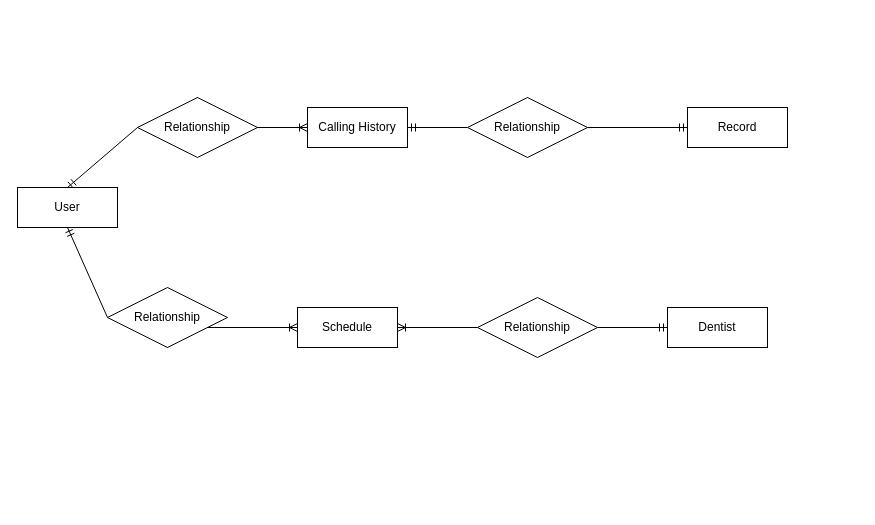
This is info/relationship.drawio from longnt258/cskh-kham-rang, a draw.io file, before an edit. Source tidied: cells renumbered, new cells numbered last; positions are measured from the earlier drawing's top-left corner, leaving out a move shared by most shapes. Both pictures are drawn from the tidied source at 100%, with x=0, y=0 at pixel (17, 97).
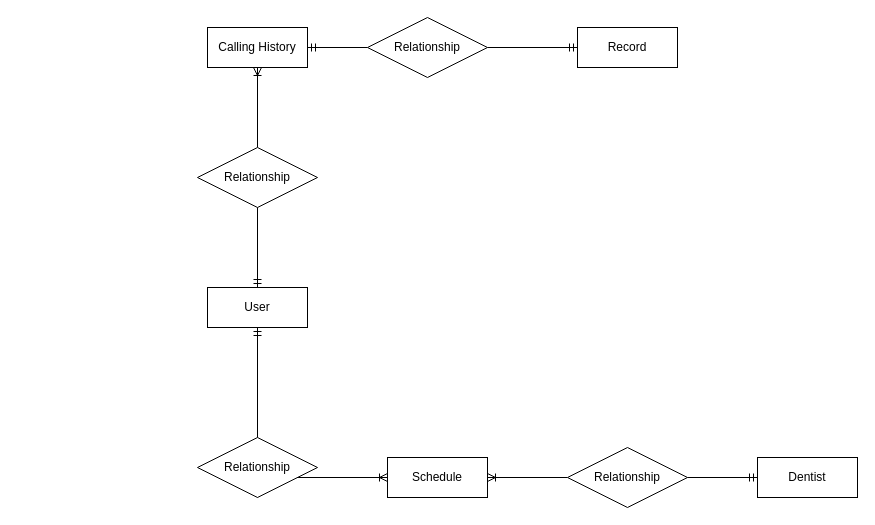
The same page after the edit.

What changed in the source:
```diff
@@
     <mxCell id="2" value="User" style="whiteSpace=wrap;html=1;align=center;" parent="1" vertex="1">
-      <mxGeometry y="90" width="100" height="40" as="geometry" />
+      <mxGeometry x="190" y="190" width="100" height="40" as="geometry" />
     </mxCell>
     <mxCell id="3" value="Calling History" style="whiteSpace=wrap;html=1;align=center;" parent="1" vertex="1">
-      <mxGeometry x="290" y="10" width="100" height="40" as="geometry" />
+      <mxGeometry x="190" y="-70" width="100" height="40" as="geometry" />
     </mxCell>
     <mxCell id="4" value="Record" style="whiteSpace=wrap;html=1;align=center;" parent="1" vertex="1">
-      <mxGeometry x="670" y="10" width="100" height="40" as="geometry" />
+      <mxGeometry x="560" y="-70" width="100" height="40" as="geometry" />
     </mxCell>
     <mxCell id="5" value="Schedule" style="whiteSpace=wrap;html=1;align=center;" parent="1" vertex="1">
-      <mxGeometry x="280" y="210" width="100" height="40" as="geometry" />
+      <mxGeometry x="370" y="360" width="100" height="40" as="geometry" />
     </mxCell>
-    <mxCell id="6" style="fontSize=12;html=1;endArrow=ERoneToMany;startArrow=none;rounded=0;entryX=0;entryY=0.5;entryDx=0;entryDy=0;exitX=0.5;exitY=0;exitDx=0;exitDy=0;" parent="1" edge="1" source="11" target="3">
-      <mxGeometry relative="1" as="geometry">
-        <Array as="points">
-          <mxPoint x="140" y="30" />
-        </Array>
-      </mxGeometry>
+    <mxCell id="6" style="fontSize=12;html=1;endArrow=ERoneToMany;startArrow=none;rounded=0;entryX=0.5;entryY=1;entryDx=0;entryDy=0;exitX=0.5;exitY=0;exitDx=0;exitDy=0;" parent="1" edge="1" source="11" target="3">
+      <mxGeometry relative="1" as="geometry" />
     </mxCell>
@@
     <mxCell id="8" style="fontSize=12;html=1;endArrow=ERoneToMany;startArrow=none;rounded=0;entryX=0;entryY=0.5;entryDx=0;entryDy=0;exitX=0.5;exitY=1;exitDx=0;exitDy=0;" parent="1" edge="1" source="13" target="5">
       <mxGeometry relative="1" as="geometry">
         <Array as="points">
-          <mxPoint x="140" y="230" />
+          <mxPoint x="230" y="380" />
         </Array>
       </mxGeometry>
     </mxCell>
     <mxCell id="9" value="Dentist" style="whiteSpace=wrap;html=1;align=center;" parent="1" vertex="1">
-      <mxGeometry x="650" y="210" width="100" height="40" as="geometry" />
+      <mxGeometry x="740" y="360" width="100" height="40" as="geometry" />
     </mxCell>
@@
     <mxCell id="11" value="Relationship" style="shape=rhombus;perimeter=rhombusPerimeter;whiteSpace=wrap;html=1;align=center;" parent="1" vertex="1">
-      <mxGeometry x="120" width="120" height="60" as="geometry" />
+      <mxGeometry x="180" y="50" width="120" height="60" as="geometry" />
     </mxCell>
-    <mxCell id="12" style="fontSize=12;html=1;endArrow=none;startArrow=ERmandOne;rounded=0;entryX=0;entryY=0.5;entryDx=0;entryDy=0;exitX=0.5;exitY=0;exitDx=0;exitDy=0;" parent="1" edge="1" source="2" target="11">
+    <mxCell id="12" style="fontSize=12;html=1;endArrow=none;startArrow=ERmandOne;rounded=0;entryX=0.5;entryY=1;entryDx=0;entryDy=0;exitX=0.5;exitY=0;exitDx=0;exitDy=0;" parent="1" edge="1" source="2" target="11">
       <mxGeometry relative="1" as="geometry" />
     </mxCell>
     <mxCell id="13" value="Relationship" style="shape=rhombus;perimeter=rhombusPerimeter;whiteSpace=wrap;html=1;align=center;" parent="1" vertex="1">
-      <mxGeometry x="90" y="190" width="120" height="60" as="geometry" />
+      <mxGeometry x="180" y="340" width="120" height="60" as="geometry" />
     </mxCell>
-    <mxCell id="14" style="fontSize=12;html=1;endArrow=none;startArrow=ERmandOne;rounded=0;entryX=0;entryY=0.5;entryDx=0;entryDy=0;exitX=0.5;exitY=1;exitDx=0;exitDy=0;" parent="1" edge="1" source="2" target="13">
+    <mxCell id="14" style="fontSize=12;html=1;endArrow=none;startArrow=ERmandOne;rounded=0;entryX=0.5;entryY=0;entryDx=0;entryDy=0;exitX=0.5;exitY=1;exitDx=0;exitDy=0;" parent="1" edge="1" source="2" target="13">
       <mxGeometry relative="1" as="geometry" />
     </mxCell>
     <mxCell id="15" value="Relationship" style="shape=rhombus;perimeter=rhombusPerimeter;whiteSpace=wrap;html=1;align=center;" parent="1" vertex="1">
-      <mxGeometry x="450" width="120" height="60" as="geometry" />
+      <mxGeometry x="350" y="-80" width="120" height="60" as="geometry" />
     </mxCell>
@@
     <mxCell id="17" value="Relationship" style="shape=rhombus;perimeter=rhombusPerimeter;whiteSpace=wrap;html=1;align=center;" parent="1" vertex="1">
-      <mxGeometry x="460" y="200" width="120" height="60" as="geometry" />
+      <mxGeometry x="550" y="350" width="120" height="60" as="geometry" />
     </mxCell>
```
